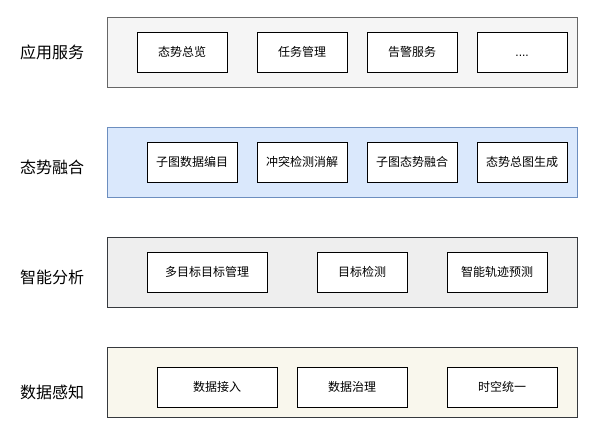
The draw.io diagram page "软件业务架构" (11 of 14) of 态势感知体系图.drawio in paleblackless/diagrams, before the edit. Source tidied: cells renumbered, new cells numbered last; positions are measured from the earlier drawing's top-left corner, leaving out a move shared by most shapes. Both pictures are drawn from the tidied source at 100%, with x=0, y=0 at pixel (17, 17).
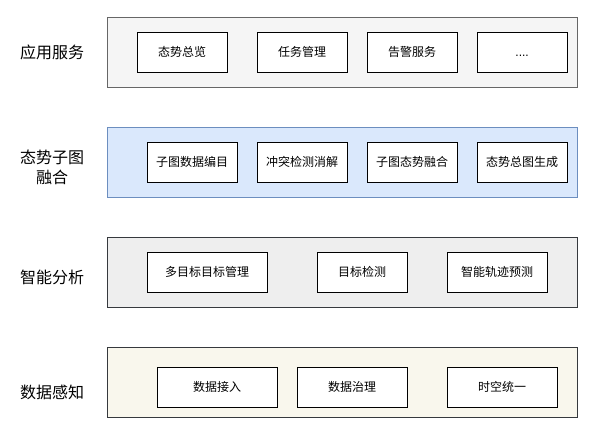
The same page after the edit.

Change to the diagram source:
```diff
@@
-    <mxCell id="20" value="&lt;font style=&quot;font-size: 16px;&quot;&gt;态势融合&lt;/font&gt;" style="text;html=1;whiteSpace=wrap;strokeColor=none;fillColor=none;align=center;verticalAlign=middle;rounded=0;" parent="1" vertex="1">
+    <mxCell id="20" value="&lt;font style=&quot;font-size: 16px;&quot;&gt;态势子图融合&lt;/font&gt;" style="text;html=1;whiteSpace=wrap;strokeColor=none;fillColor=none;align=center;verticalAlign=middle;rounded=0;" parent="1" vertex="1">
       <mxGeometry y="135" width="70" height="30" as="geometry" />
     </mxCell>
```
